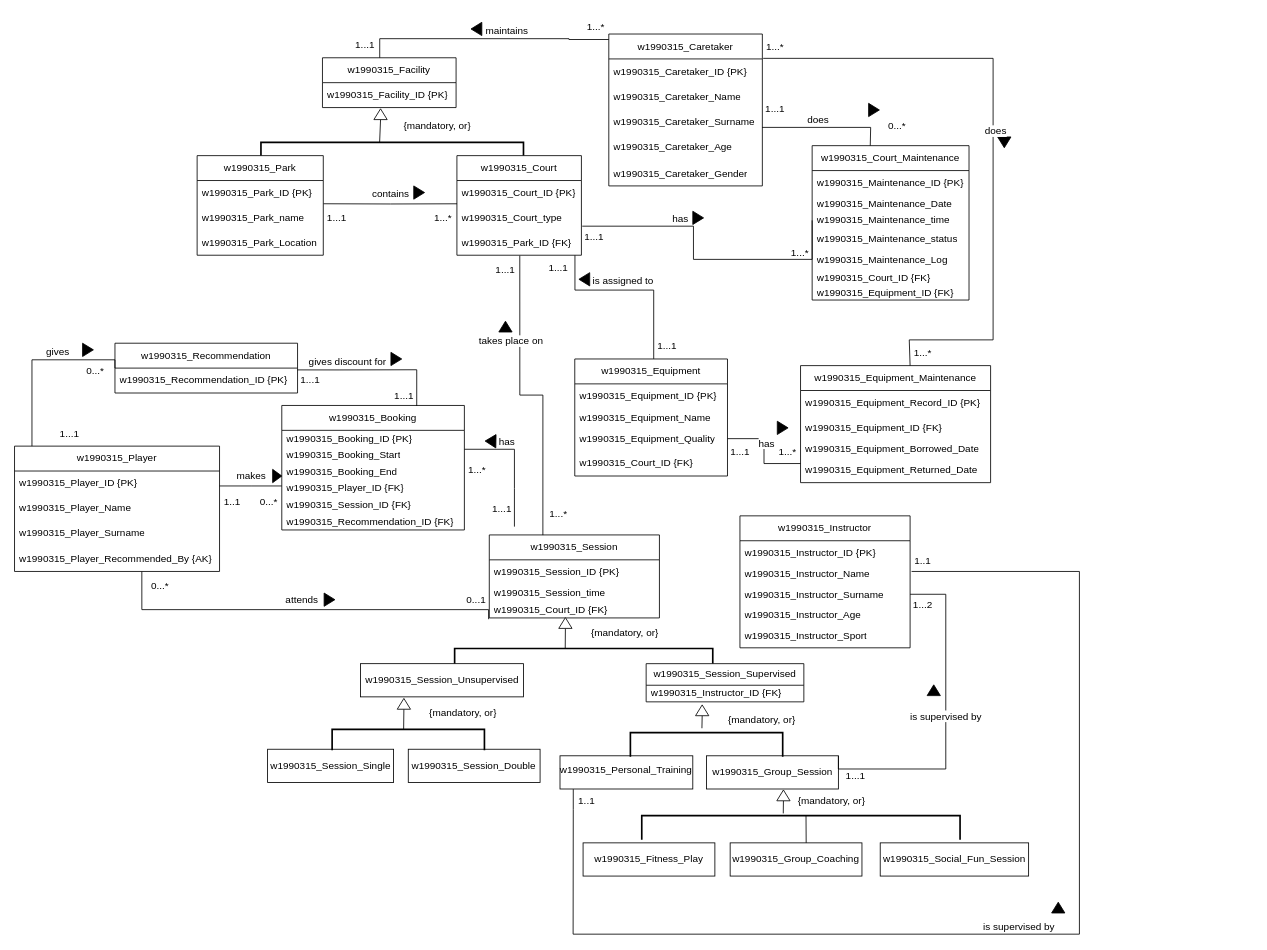
The draw.io diagram page "Strona-1" (1 of 3) of DB_cwk.drawio in frajdzia/DB_cwk, before the edit. Source tidied: cells renumbered, new cells numbered last; positions are measured from the earlier drawing's top-left corner, leaving out a move shared by most shapes. Both pictures are drawn from the tidied source at 83%, with x=0, y=0 at pixel (14, 14).
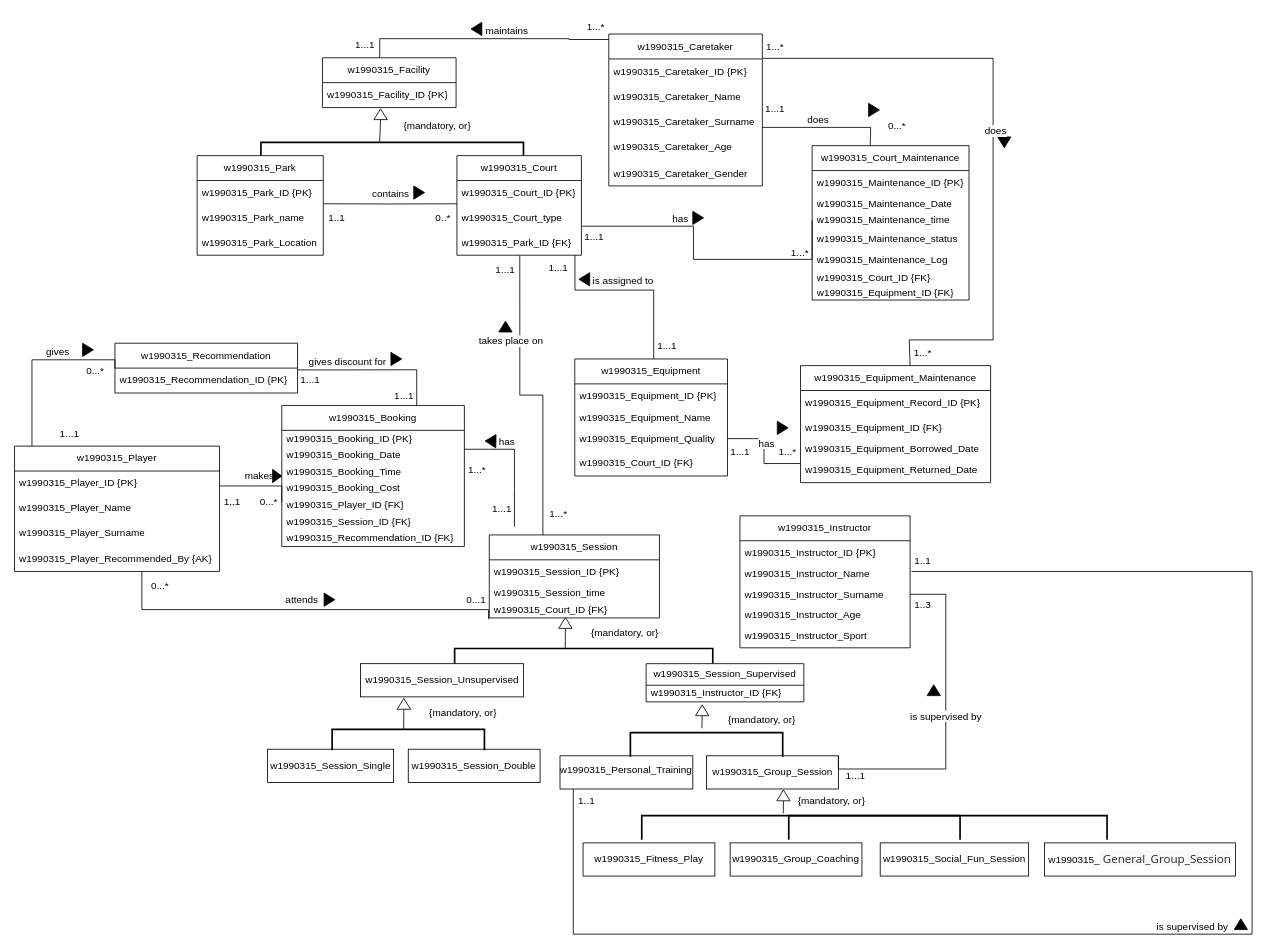
After the change.

The change refers to these unchanged cells:
```xml
<mxCell id="130" value="&lt;table&gt;&lt;tbody&gt;&lt;tr&gt;&lt;td&gt;w1990315_Personal_Training&lt;/td&gt;&lt;/tr&gt;&lt;/tbody&gt;&lt;/table&gt;&lt;table&gt;&lt;tbody&gt;&lt;tr&gt;&lt;td&gt;&lt;/td&gt;&lt;/tr&gt;&lt;/tbody&gt;&lt;/table&gt;" style="rounded=0;whiteSpace=wrap;html=1;fillColor=none;" parent="1" vertex="1">
  <mxGeometry x="657.2" y="893.1" width="160" height="40" as="geometry" />
</mxCell>
<mxCell id="140" style="strokeWidth=2;html=1;shape=mxgraph.flowchart.annotation_1;align=left;rotation=90;" parent="1" vertex="1">
  <mxGeometry x="932.9" y="788" width="29.1" height="383.5" as="geometry" />
</mxCell>
```

Change to the diagram source:
```diff
@@
     <mxCell id="28" value="w1990315_Booking" style="swimlane;fontStyle=0;horizontal=1;startSize=30;whiteSpace=wrap;html=1;" parent="1" vertex="1">
-      <mxGeometry x="322" y="471" width="220" height="150" as="geometry" />
+      <mxGeometry x="322" y="471" width="220" height="170" as="geometry" />
     </mxCell>
@@
-    <mxCell id="30" value="&lt;span style=&quot;text-align: center;&quot;&gt;w1990315_&lt;/span&gt;Booking_Start" style="text;strokeColor=none;fillColor=none;align=left;verticalAlign=middle;spacingLeft=4;spacingRight=4;overflow=hidden;whiteSpace=wrap;html=1;" parent="28" vertex="1">
+    <mxCell id="30" value="&lt;span style=&quot;text-align: center;&quot;&gt;w1990315_&lt;/span&gt;Booking_Date" style="text;strokeColor=none;fillColor=none;align=left;verticalAlign=middle;spacingLeft=4;spacingRight=4;overflow=hidden;whiteSpace=wrap;html=1;" parent="28" vertex="1">
       <mxGeometry y="50" width="220" height="20" as="geometry" />
     </mxCell>
-    <mxCell id="31" value="&lt;span style=&quot;text-align: center;&quot;&gt;w1990315_&lt;/span&gt;Booking_End" style="text;strokeColor=none;fillColor=none;align=left;verticalAlign=middle;spacingLeft=4;spacingRight=4;overflow=hidden;whiteSpace=wrap;html=1;" parent="28" vertex="1">
+    <mxCell id="31" value="&lt;span style=&quot;text-align: center;&quot;&gt;w1990315_&lt;/span&gt;Booking_Time" style="text;strokeColor=none;fillColor=none;align=left;verticalAlign=middle;spacingLeft=4;spacingRight=4;overflow=hidden;whiteSpace=wrap;html=1;" parent="28" vertex="1">
       <mxGeometry y="70" width="220" height="20" as="geometry" />
     </mxCell>
+    <mxCell id="151" value="&lt;span style=&quot;text-align: center;&quot;&gt;w1990315_&lt;/span&gt;Booking_Cost" style="text;strokeColor=none;fillColor=none;align=left;verticalAlign=middle;spacingLeft=4;spacingRight=4;overflow=hidden;whiteSpace=wrap;html=1;" parent="28" vertex="1">
+      <mxGeometry y="90" width="220" height="20" as="geometry" />
+    </mxCell>
     <mxCell id="32" value="w1990315_Player_ID {FK}" style="text;strokeColor=none;fillColor=none;align=left;verticalAlign=middle;spacingLeft=4;spacingRight=4;overflow=hidden;points=[[0,0.5],[1,0.5]];portConstraint=eastwest;whiteSpace=wrap;html=1;" parent="28" vertex="1">
-      <mxGeometry y="90" width="220" height="20" as="geometry" />
+      <mxGeometry y="110" width="220" height="20" as="geometry" />
     </mxCell>
     <mxCell id="33" value="w1990315_Session_ID {FK}" style="text;strokeColor=none;fillColor=none;align=left;verticalAlign=middle;spacingLeft=4;spacingRight=4;overflow=hidden;whiteSpace=wrap;html=1;" parent="28" vertex="1">
-      <mxGeometry y="110" width="220" height="20" as="geometry" />
+      <mxGeometry y="130" width="220" height="20" as="geometry" />
     </mxCell>
     <mxCell id="34" value="&lt;span style=&quot;text-align: center;&quot;&gt;w1990315_&lt;/span&gt;Recommendation_ID {FK}" style="text;strokeColor=none;fillColor=none;align=left;verticalAlign=middle;spacingLeft=4;spacingRight=4;overflow=hidden;whiteSpace=wrap;html=1;" parent="28" vertex="1">
-      <mxGeometry y="130" width="220" height="20" as="geometry" />
+      <mxGeometry y="150" width="220" height="20" as="geometry" />
     </mxCell>
@@
-    <mxCell id="89" value="1...1" style="text;html=1;align=center;verticalAlign=middle;whiteSpace=wrap;rounded=0;" parent="1" vertex="1">
+    <mxCell id="89" value="1..1" style="text;html=1;align=center;verticalAlign=middle;whiteSpace=wrap;rounded=0;" parent="1" vertex="1">
       <mxGeometry x="373" y="230" width="31" height="30" as="geometry" />
     </mxCell>
-    <mxCell id="90" value="1...*" style="text;html=1;align=center;verticalAlign=middle;whiteSpace=wrap;rounded=0;" parent="1" vertex="1">
+    <mxCell id="90" value="0..*" style="text;html=1;align=center;verticalAlign=middle;whiteSpace=wrap;rounded=0;" parent="1" vertex="1">
       <mxGeometry x="501" y="230" width="31" height="30" as="geometry" />
     </mxCell>
@@
-    <mxCell id="107" value="1...2" style="text;html=1;align=center;verticalAlign=middle;whiteSpace=wrap;rounded=0;" parent="1" vertex="1">
+    <mxCell id="107" value="1..3" style="text;html=1;align=center;verticalAlign=middle;whiteSpace=wrap;rounded=0;" parent="1" vertex="1">
       <mxGeometry x="1079" y="697" width="31" height="30" as="geometry" />
     </mxCell>
@@
-    <mxCell id="141" style="endArrow=none;html=1;rounded=0;entryX=-0.005;entryY=0.484;entryDx=0;entryDy=0;entryPerimeter=0;" parent="1" edge="1" target="140">
-      <mxGeometry relative="1" as="geometry">
-        <mxPoint x="953.8" y="998" as="sourcePoint" />
-      </mxGeometry>
-    </mxCell>
@@
     <mxCell id="145" value="is supervised by" style="endArrow=none;html=1;endSize=12;startArrow=none;startSize=14;startFill=0;edgeStyle=orthogonalEdgeStyle;align=center;verticalAlign=bottom;endFill=0;rounded=0;fontSize=12;entryX=1;entryY=0.5;entryDx=0;entryDy=0;exitX=0.1;exitY=1.005;exitDx=0;exitDy=0;exitPerimeter=0;" parent="1" edge="1" source="130">
       <mxGeometry relative="1" as="geometry">
         <mxPoint x="1080.8" y="671" as="targetPoint" />
         <Array as="points">
-          <mxPoint x="673" y="958" />
-          <mxPoint x="673" y="958" />
           <mxPoint x="673" y="1108" />
-          <mxPoint x="1283" y="1108" />
-          <mxPoint x="1283" y="671" />
+          <mxPoint x="1491" y="1108" />
+          <mxPoint x="1491" y="671" />
         </Array>
       </mxGeometry>
     </mxCell>
     <mxCell id="146" style="triangle;whiteSpace=wrap;html=1;fillColor=#000000;rotation=-90;" parent="1" vertex="1">
-      <mxGeometry x="1251" y="1068" width="13" height="16" as="geometry" />
+      <mxGeometry x="1471" y="1088" width="13" height="16" as="geometry" />
     </mxCell>
@@
+    <mxCell id="152" value="w1990315_&lt;span style=&quot;color: rgb(38, 38, 38); font-family: &amp;quot;Open Sans&amp;quot;, Helvetica, Arial, sans-serif; font-size: 14px; text-align: left; white-space-collapse: preserve; background-color: rgb(248, 248, 248);&quot;&gt; General_Group_Session&lt;/span&gt;" style="rounded=0;whiteSpace=wrap;html=1;fillColor=none;" parent="1" vertex="1">
+      <mxGeometry x="1241" y="998" width="230" height="40" as="geometry" />
+    </mxCell>
+    <mxCell id="153" style="strokeWidth=2;html=1;shape=mxgraph.flowchart.annotation_1;align=left;rotation=90;" parent="1" vertex="1">
+      <mxGeometry x="1110" y="788" width="29.1" height="383.5" as="geometry" />
+    </mxCell>
```
